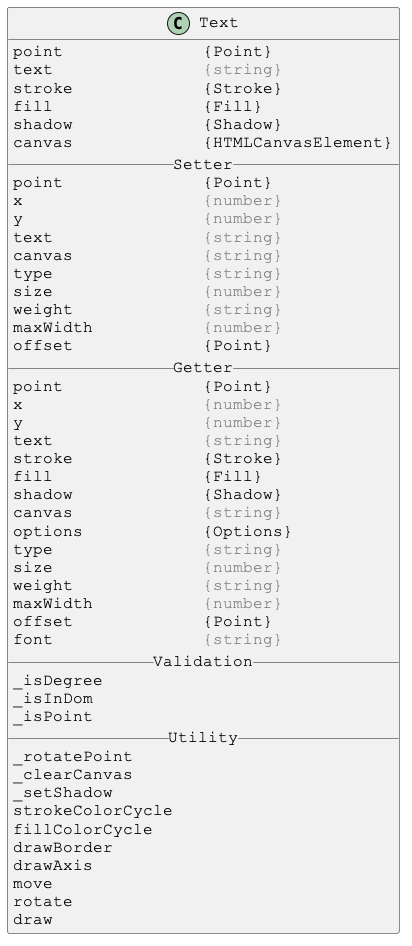
This is docs/PlantUml/images/Text.png from Justin-Byrne/canvasLab, a PlantUML export, as it was before one commit. Source of this version:
```plantuml
@startuml

skinparam DefaultFontSize 16
skinparam DefaultFontName Courier New

class Text {
point              {Point}
text               <color:gray>{string}</color>
stroke             {Stroke}
fill               {Fill}
shadow             {Shadow}
canvas             {HTMLCanvasElement}
__ Setter __
point              {Point}
x                  <color:gray>{number}</color>
y                  <color:gray>{number}</color>
text               <color:gray>{string}</color>
canvas             <color:gray>{string}</color>
type               <color:gray>{string}</color>
size               <color:gray>{number}</color>
weight             <color:gray>{string}</color>
maxWidth           <color:gray>{number}</color>
offset             {Point}
__ Getter __
point              {Point}
x                  <color:gray>{number}</color>
y                  <color:gray>{number}</color>
text               <color:gray>{string}</color>
stroke             {Stroke}
fill               {Fill}
shadow             {Shadow}
canvas             <color:gray>{string}</color>
options            {Options}
type               <color:gray>{string}</color>
size               <color:gray>{number}</color>
weight             <color:gray>{string}</color>
maxWidth           <color:gray>{number}</color>
offset             {Point}
font               <color:gray>{string}</color>
__ Validation __
_isDegree
_isInDom
_isPoint
__ Utility __
_rotatePoint
_clearCanvas
_setShadow
strokeColorCycle
fillColorCycle
drawBorder
drawAxis
move
rotate
draw
}

@enduml
```
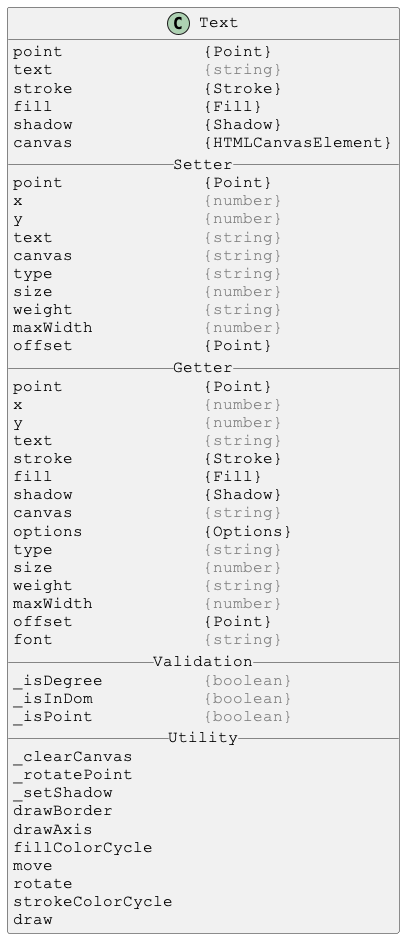
The same file after the commit.

What changed in the source:
```diff
@@ -38,19 +38,19 @@
 offset             {Point}
 font               <color:gray>{string}</color>
 __ Validation __
-_isDegree
-_isInDom
-_isPoint
+_isDegree          <color:gray>{boolean}</color>
+_isInDom           <color:gray>{boolean}</color>
+_isPoint           <color:gray>{boolean}</color>
 __ Utility __
+_clearCanvas
 _rotatePoint
-_clearCanvas
 _setShadow
-strokeColorCycle
-fillColorCycle
 drawBorder
 drawAxis
+fillColorCycle
 move
 rotate
+strokeColorCycle
 draw
 }
 
```
